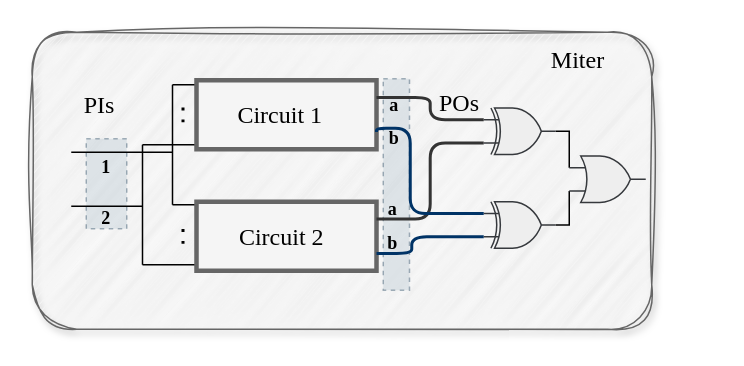
Before: dp/miter-design.drawio in hyw-num/alg, a draw.io diagram. Source tidied: cells renumbered, new cells numbered last; positions are measured from the earlier drawing's top-left corner, leaving out a move shared by most shapes. Both pictures are drawn from the tidied source at 150%, with x=0, y=0 at pixel (32, 32).
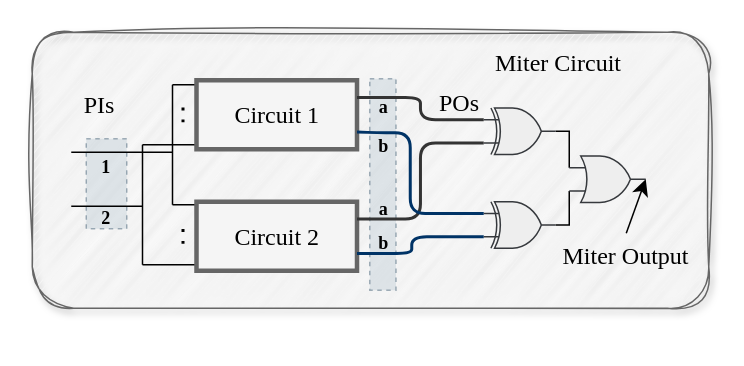
Above is the later version.

Unchanged cells that the change refers to:
```xml
<mxCell id="12" style="group;fillColor=none;fontFamily=Times New Roman;" parent="1" vertex="1">
  <mxGeometry x="125.5" y="113" width="170" height="86" as="geometry" />
</mxCell>
<mxCell id="19" style="group;fillColor=none;strokeWidth=1;fontFamily=Times New Roman;" parent="1" vertex="1">
  <mxGeometry x="125.5" y="32" width="199" height="52.5" as="geometry" />
</mxCell>
<mxCell id="33" style="verticalLabelPosition=bottom;shadow=0;dashed=0;align=center;html=1;verticalAlign=top;shape=mxgraph.electrical.logic_gates.logic_gate;operation=xor;fillColor=#eeeeee;strokeColor=#36393d;fontFamily=Times New Roman;" parent="1" vertex="1">
  <mxGeometry x="301" y="113" width="48" height="31" as="geometry" />
</mxCell>
<mxCell id="35" style="verticalLabelPosition=bottom;shadow=0;dashed=0;align=center;html=1;verticalAlign=top;shape=mxgraph.electrical.logic_gates.logic_gate;operation=or;fillColor=#eeeeee;strokeColor=#36393d;fontFamily=Times New Roman;" parent="1" vertex="1">
  <mxGeometry x="358" y="82.5" width="51" height="31" as="geometry" />
</mxCell>
```

What changed in the source:
```diff
@@
     <mxCell id="2" style="rounded=1;whiteSpace=wrap;html=1;fillColor=#f5f5f5;strokeColor=#666666;fontFamily=Times New Roman;shadow=1;labelBackgroundColor=none;glass=0;sketch=1;curveFitting=1;jiggle=2;fontColor=#333333;" parent="1" vertex="1">
-      <mxGeometry width="413" height="198" as="geometry" />
+      <mxGeometry width="451" height="184" as="geometry" />
     </mxCell>
@@
     <mxCell id="13" style="rounded=0;whiteSpace=wrap;html=1;fillColor=#f5f5f5;fontColor=#333333;strokeColor=#666666;strokeWidth=3;fontFamily=Times New Roman;" parent="12" vertex="1">
-      <mxGeometry x="-16" width="120" height="46" as="geometry" />
+      <mxGeometry x="-16" width="107" height="46" as="geometry" />
     </mxCell>
@@
     <mxCell id="15" value="&lt;font&gt;Circuit 2&lt;/font&gt;" style="text;html=1;align=center;verticalAlign=middle;whiteSpace=wrap;rounded=0;fontSize=16;fontFamily=Times New Roman;" parent="12" vertex="1">
-      <mxGeometry x="8" y="8" width="65" height="30" as="geometry" />
+      <mxGeometry x="5" y="8" width="65" height="30" as="geometry" />
     </mxCell>
     <mxCell id="16" style="rounded=0;whiteSpace=wrap;html=1;dashed=1;fillColor=#bac8d3;strokeColor=#23445d;opacity=40;fontFamily=Times New Roman;" parent="12" vertex="1">
-      <mxGeometry x="108.5" y="-82" width="17.5" height="141" as="geometry" />
+      <mxGeometry x="99.5" y="-82" width="17.5" height="141" as="geometry" />
     </mxCell>
     <mxCell id="17" value="&lt;b style=&quot;font-size: 12px;&quot;&gt;a&lt;/b&gt;" style="text;html=1;align=center;verticalAlign=middle;whiteSpace=wrap;rounded=0;fontSize=16;fontFamily=Times New Roman;" parent="12" vertex="1">
-      <mxGeometry x="87.5" y="-10" width="54.5" height="25" as="geometry" />
+      <mxGeometry x="81.5" y="-10" width="54.5" height="25" as="geometry" />
     </mxCell>
     <mxCell id="18" value="&lt;b style=&quot;font-size: 12px;&quot;&gt;b&lt;/b&gt;" style="text;html=1;align=center;verticalAlign=middle;whiteSpace=wrap;rounded=0;fontSize=16;fontFamily=Times New Roman;" parent="12" vertex="1">
-      <mxGeometry x="87.5" y="13" width="54.5" height="25" as="geometry" />
+      <mxGeometry x="81.5" y="13" width="54.5" height="25" as="geometry" />
     </mxCell>
@@
     <mxCell id="20" style="rounded=0;whiteSpace=wrap;html=1;fillColor=#f5f5f5;fontColor=#333333;strokeColor=#666666;strokeWidth=3;fontFamily=Times New Roman;" parent="19" vertex="1">
-      <mxGeometry x="-16" width="120" height="46" as="geometry" />
+      <mxGeometry x="-16" width="107" height="46" as="geometry" />
     </mxCell>
@@
     <mxCell id="22" value="&lt;font&gt;Circuit 1&lt;/font&gt;" style="text;html=1;align=center;verticalAlign=middle;whiteSpace=wrap;rounded=0;fontSize=16;fontFamily=Times New Roman;" parent="19" vertex="1">
-      <mxGeometry x="7" y="8" width="65" height="30" as="geometry" />
+      <mxGeometry x="5" y="8" width="65" height="30" as="geometry" />
     </mxCell>
@@
     <mxCell id="24" value="&lt;b style=&quot;font-size: 12px;&quot;&gt;a&lt;/b&gt;" style="text;html=1;align=center;verticalAlign=middle;whiteSpace=wrap;rounded=0;fontSize=16;fontFamily=Times New Roman;" parent="19" vertex="1">
-      <mxGeometry x="88.5" y="2.5" width="54.5" height="25" as="geometry" />
+      <mxGeometry x="81.5" y="3.5" width="54.5" height="25" as="geometry" />
     </mxCell>
     <mxCell id="25" value="&lt;b style=&quot;font-size: 12px;&quot;&gt;b&lt;/b&gt;" style="text;html=1;align=center;verticalAlign=middle;whiteSpace=wrap;rounded=0;fontSize=16;fontFamily=Times New Roman;" parent="19" vertex="1">
-      <mxGeometry x="88.5" y="24.5" width="54.5" height="25" as="geometry" />
+      <mxGeometry x="81.5" y="29.5" width="54.5" height="25" as="geometry" />
     </mxCell>
@@
     <mxCell id="30" style="edgeStyle=orthogonalEdgeStyle;rounded=1;jettySize=auto;html=1;exitX=0;exitY=0.25;exitDx=0;exitDy=0;exitPerimeter=0;entryX=1;entryY=0.75;entryDx=0;entryDy=0;fontSize=12;startSize=8;endSize=8;endArrow=none;endFill=0;curved=0;strokeWidth=2;strokeColor=#003366;fontFamily=Times New Roman;" parent="1" edge="1" source="33" target="20">
       <mxGeometry relative="1" as="geometry">
         <Array as="points">
           <mxPoint x="252" y="121" />
-          <mxPoint x="252" y="64" />
-          <mxPoint x="230" y="64" />
+          <mxPoint x="252" y="67" />
+          <mxPoint x="230" y="67" />
         </Array>
       </mxGeometry>
     </mxCell>
@@
-    <mxCell id="38" value="&lt;font face=&quot;Times New Roman&quot;&gt;Miter&lt;/font&gt;" style="text;html=1;align=center;verticalAlign=middle;whiteSpace=wrap;rounded=0;fontSize=16;" parent="1" vertex="1">
-      <mxGeometry x="334" y="3" width="60" height="30" as="geometry" />
+    <mxCell id="38" value="&lt;font face=&quot;Times New Roman&quot;&gt;Miter Circuit&lt;/font&gt;" style="text;html=1;align=center;verticalAlign=middle;whiteSpace=wrap;rounded=0;fontSize=16;" parent="1" vertex="1">
+      <mxGeometry x="295.5" y="5" width="110" height="30" as="geometry" />
     </mxCell>
+    <mxCell id="39" value="&lt;font face=&quot;Times New Roman&quot;&gt;Miter Output&lt;/font&gt;" style="text;html=1;align=center;verticalAlign=middle;whiteSpace=wrap;rounded=0;fontSize=16;" parent="1" vertex="1">
+      <mxGeometry x="341" y="134" width="110" height="30" as="geometry" />
+    </mxCell>
+    <mxCell id="40" style="edgeStyle=none;curved=1;rounded=0;jettySize=auto;html=1;exitX=0.5;exitY=0;exitDx=0;exitDy=0;entryX=1;entryY=0.5;entryDx=0;entryDy=0;entryPerimeter=0;fontSize=12;startSize=8;endSize=8;" parent="1" edge="1" source="39" target="35">
+      <mxGeometry relative="1" as="geometry" />
+    </mxCell>
```
